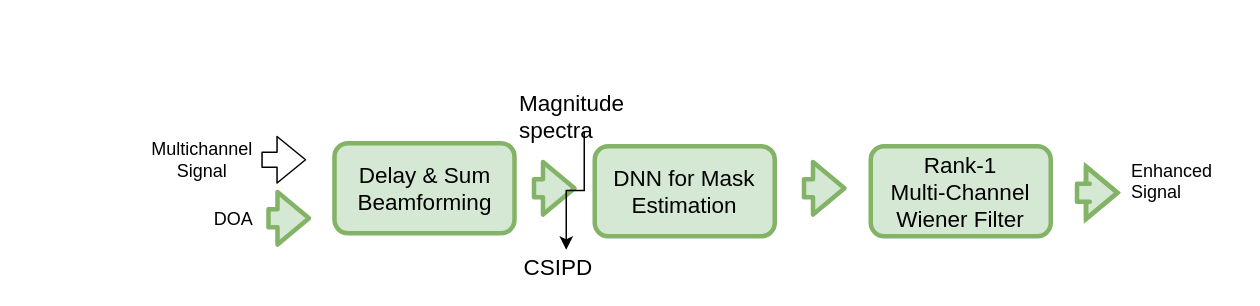
Above: page "Speech Enhancement Pipeline" (2 of 5) of draw.io/vocadom_doa_se.drawio in sunits/Random (draw.io), before the change. Source tidied: cells renumbered, new cells numbered last; positions are measured from the earlier drawing's top-left corner, leaving out a move shared by most shapes. Both pictures are drawn from the tidied source at 150%, with x=0, y=0 at pixel (261, 86).
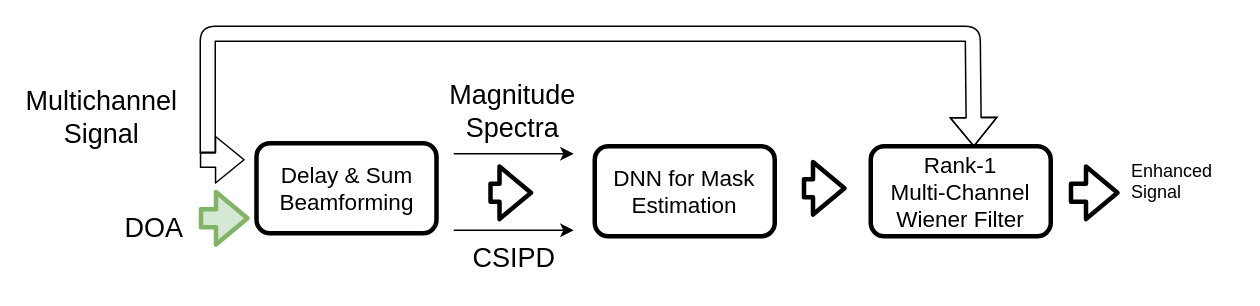
The same diagram, later.

Change to the diagram source:
```diff
@@
-    <mxCell id="2" value="&lt;div style=&quot;font-size: 15px&quot;&gt;&lt;font style=&quot;font-size: 15px&quot;&gt;Delay &amp;amp; Sum &lt;br&gt;&lt;/font&gt;&lt;/div&gt;&lt;div style=&quot;font-size: 15px&quot;&gt;&lt;font style=&quot;font-size: 15px&quot;&gt;Beamforming&lt;br&gt;&lt;/font&gt;&lt;/div&gt;" style="rounded=1;whiteSpace=wrap;html=1;comic=0;fillColor=#d5e8d4;strokeColor=#82b366;strokeWidth=3;" parent="1" vertex="1">
-      <mxGeometry x="48.5" y="38" width="120" height="60" as="geometry" />
+    <mxCell id="2" value="&lt;div style=&quot;font-size: 15px&quot;&gt;&lt;font style=&quot;font-size: 15px&quot;&gt;Delay &amp;amp; Sum &lt;br&gt;&lt;/font&gt;&lt;/div&gt;&lt;div style=&quot;font-size: 15px&quot;&gt;&lt;font style=&quot;font-size: 15px&quot;&gt;Beamforming&lt;br&gt;&lt;/font&gt;&lt;/div&gt;" style="rounded=1;whiteSpace=wrap;html=1;comic=0;strokeWidth=3;" parent="1" vertex="1">
+      <mxGeometry x="-3.5" y="38" width="120" height="60" as="geometry" />
     </mxCell>
-    <mxCell id="3" value="&lt;div style=&quot;font-size: 15px&quot;&gt;&lt;font style=&quot;font-size: 15px&quot;&gt;DNN for Mask&lt;/font&gt;&lt;/div&gt;&lt;div style=&quot;font-size: 15px&quot;&gt;&lt;font style=&quot;font-size: 15px&quot;&gt;Estimation&lt;br&gt;&lt;/font&gt;&lt;/div&gt;" style="rounded=1;whiteSpace=wrap;html=1;comic=0;fillColor=#d5e8d4;strokeColor=#82b366;strokeWidth=3;" parent="1" vertex="1">
+    <mxCell id="3" value="&lt;div style=&quot;font-size: 15px&quot;&gt;&lt;font style=&quot;font-size: 15px&quot;&gt;DNN for Mask&lt;/font&gt;&lt;/div&gt;&lt;div style=&quot;font-size: 15px&quot;&gt;&lt;font style=&quot;font-size: 15px&quot;&gt;Estimation&lt;br&gt;&lt;/font&gt;&lt;/div&gt;" style="rounded=1;whiteSpace=wrap;html=1;comic=0;strokeWidth=3;" parent="1" vertex="1">
       <mxGeometry x="222" y="40" width="120" height="60" as="geometry" />
     </mxCell>
-    <mxCell id="4" value="&lt;div style=&quot;font-size: 15px&quot;&gt;&lt;font style=&quot;font-size: 15px&quot;&gt;Rank-1&lt;/font&gt;&lt;/div&gt;&lt;div style=&quot;font-size: 15px&quot;&gt;&lt;font style=&quot;font-size: 15px&quot;&gt;Multi-Channel&lt;/font&gt;&lt;/div&gt;&lt;div style=&quot;font-size: 15px&quot;&gt;&lt;font style=&quot;font-size: 15px&quot;&gt;Wiener Filter&lt;br&gt;&lt;/font&gt;&lt;/div&gt;" style="rounded=1;whiteSpace=wrap;html=1;comic=0;fillColor=#d5e8d4;strokeColor=#82b366;strokeWidth=3;" parent="1" vertex="1">
+    <mxCell id="4" value="&lt;div style=&quot;font-size: 15px&quot;&gt;&lt;font style=&quot;font-size: 15px&quot;&gt;Rank-1&lt;/font&gt;&lt;/div&gt;&lt;div style=&quot;font-size: 15px&quot;&gt;&lt;font style=&quot;font-size: 15px&quot;&gt;Multi-Channel&lt;/font&gt;&lt;/div&gt;&lt;div style=&quot;font-size: 15px&quot;&gt;&lt;font style=&quot;font-size: 15px&quot;&gt;Wiener Filter&lt;br&gt;&lt;/font&gt;&lt;/div&gt;" style="rounded=1;whiteSpace=wrap;html=1;comic=0;strokeWidth=3;" parent="1" vertex="1">
       <mxGeometry x="406" y="40" width="120" height="60" as="geometry" />
     </mxCell>
-    <mxCell id="5" style="shape=flexArrow;endArrow=classic;html=1;fillColor=#d5e8d4;strokeColor=#82b366;strokeWidth=3;" parent="1" edge="1">
+    <mxCell id="5" style="shape=flexArrow;endArrow=classic;html=1;strokeWidth=3;" parent="1" edge="1">
       <mxGeometry relative="1" as="geometry">
-        <mxPoint x="180" y="68" as="sourcePoint" />
-        <mxPoint x="210" y="68" as="targetPoint" />
+        <mxPoint x="151" y="71" as="sourcePoint" />
+        <mxPoint x="181" y="71" as="targetPoint" />
       </mxGeometry>
     </mxCell>
-    <mxCell id="6" style="shape=flexArrow;endArrow=classic;html=1;fillColor=#d5e8d4;strokeColor=#82b366;strokeWidth=3;" parent="1" edge="1">
+    <mxCell id="6" style="shape=flexArrow;endArrow=classic;html=1;strokeWidth=3;" parent="1" edge="1">
       <mxGeometry relative="1" as="geometry">
         <mxPoint x="360" y="68" as="sourcePoint" />
         <mxPoint x="390" y="68" as="targetPoint" />
       </mxGeometry>
     </mxCell>
     <mxCell id="7" style="shape=flexArrow;endArrow=classic;html=1;fillColor=#d5e8d4;strokeColor=#82b366;strokeWidth=3;" parent="1" edge="1">
       <mxGeometry relative="1" as="geometry">
-        <mxPoint x="3" y="88" as="sourcePoint" />
-        <mxPoint x="33" y="88" as="targetPoint" />
+        <mxPoint x="-42" y="88" as="sourcePoint" />
+        <mxPoint x="-8" y="88" as="targetPoint" />
       </mxGeometry>
     </mxCell>
-    <mxCell id="8" value="DOA" style="text;html=1;align=center;verticalAlign=middle;labelBackgroundColor=#ffffff;" parent="7" vertex="1">
+    <mxCell id="8" value="&lt;font style=&quot;font-size: 18px&quot;&gt;DOA&lt;/font&gt;" style="text;html=1;align=center;verticalAlign=middle;labelBackgroundColor=#ffffff;" parent="7" vertex="1">
       <mxGeometry x="-0.27" y="-5" relative="1" as="geometry">
-        <mxPoint x="-34" y="-5" as="offset" />
+        <mxPoint x="-43" y="1" as="offset" />
       </mxGeometry>
     </mxCell>
     <mxCell id="9" style="shape=flexArrow;endArrow=classic;html=1;" parent="1" edge="1">
       <mxGeometry relative="1" as="geometry">
-        <mxPoint x="-0.3" y="49" as="sourcePoint" />
-        <mxPoint x="29.7" y="49" as="targetPoint" />
+        <mxPoint x="-41.3" y="49" as="sourcePoint" />
+        <mxPoint x="-11.3" y="49" as="targetPoint" />
       </mxGeometry>
     </mxCell>
-    <mxCell id="10" value="&lt;div&gt;Multichannel&lt;/div&gt;&lt;div&gt;Signal&lt;br&gt;&lt;/div&gt;" style="text;html=1;align=center;verticalAlign=middle;labelBackgroundColor=#ffffff;" parent="9" vertex="1">
+    <mxCell id="10" value="&lt;div style=&quot;font-size: 18px&quot;&gt;&lt;font style=&quot;font-size: 18px&quot;&gt;Multichannel&lt;/font&gt;&lt;/div&gt;&lt;div style=&quot;font-size: 18px&quot;&gt;&lt;font style=&quot;font-size: 18px&quot;&gt;Signal&lt;br&gt;&lt;/font&gt;&lt;/div&gt;" style="text;html=1;align=center;verticalAlign=middle;labelBackgroundColor=#ffffff;" parent="9" vertex="1">
       <mxGeometry x="-0.91" y="4" relative="1" as="geometry">
-        <mxPoint x="-41" y="3" as="offset" />
+        <mxPoint x="-67.5" y="-25" as="offset" />
       </mxGeometry>
     </mxCell>
-    <mxCell id="11" style="shape=flexArrow;endArrow=classic;html=1;fillColor=#d5e8d4;strokeColor=#82b366;strokeWidth=3;" parent="1" edge="1">
+    <mxCell id="11" style="shape=flexArrow;endArrow=classic;html=1;strokeWidth=3;" parent="1" edge="1">
       <mxGeometry relative="1" as="geometry">
-        <mxPoint x="542" y="71" as="sourcePoint" />
+        <mxPoint x="538" y="71" as="sourcePoint" />
         <mxPoint x="572" y="71" as="targetPoint" />
-        <Array as="points">
-          <mxPoint x="552" y="71" />
-        </Array>
       </mxGeometry>
     </mxCell>
@@
-    <mxCell id="13" style="edgeStyle=orthogonalEdgeStyle;rounded=0;jettySize=auto;html=1;" parent="1" edge="1" source="14" target="15">
-      <mxGeometry relative="1" as="geometry" />
-    </mxCell>
-    <mxCell id="14" value="&lt;div style=&quot;font-size: 15px&quot;&gt;&lt;font style=&quot;font-size: 15px&quot;&gt;Magnitude&lt;/font&gt;&lt;/div&gt;&lt;div style=&quot;font-size: 15px&quot;&gt;&lt;font style=&quot;font-size: 15px&quot;&gt;spectra&lt;br&gt;&lt;/font&gt;&lt;/div&gt;" style="text;html=1;points=[];align=left;verticalAlign=top;spacingTop=-4;" parent="1" vertex="1">
-      <mxGeometry x="170" width="90" height="30" as="geometry" />
-    </mxCell>
+    <mxCell id="16" style="endArrow=classic;html=1;" parent="1" edge="1">
+      <mxGeometry relative="1" as="geometry">
+        <mxPoint x="128" y="45" as="sourcePoint" />
+        <mxPoint x="208" y="45" as="targetPoint" />
+      </mxGeometry>
+    </mxCell>
+    <mxCell id="17" value="&lt;div style=&quot;font-size: 18px&quot;&gt;&lt;font style=&quot;font-size: 18px&quot;&gt;Magnitude&lt;/font&gt;&lt;/div&gt;&lt;div style=&quot;font-size: 18px&quot;&gt;&lt;font style=&quot;font-size: 18px&quot;&gt;Spectra&lt;br&gt;&lt;/font&gt;&lt;/div&gt;" style="text;html=1;align=center;verticalAlign=middle;labelBackgroundColor=#ffffff;" parent="16" vertex="1">
+      <mxGeometry x="-0.34" y="2" relative="1" as="geometry">
+        <mxPoint x="12" y="-27" as="offset" />
+      </mxGeometry>
+    </mxCell>
+    <mxCell id="18" style="endArrow=classic;html=1;" parent="1" edge="1">
+      <mxGeometry relative="1" as="geometry">
+        <mxPoint x="128" y="96" as="sourcePoint" />
+        <mxPoint x="208" y="96" as="targetPoint" />
+      </mxGeometry>
+    </mxCell>
-    <mxCell id="15" value="&lt;font style=&quot;font-size: 15px&quot;&gt;CSIPD&lt;/font&gt;" style="text;html=1;points=[];align=left;verticalAlign=top;spacingTop=-4;" parent="1" vertex="1">
-      <mxGeometry x="173" y="109" width="60" height="20" as="geometry" />
+    <mxCell id="15" value="&lt;div style=&quot;font-size: 18px&quot;&gt;&lt;font style=&quot;font-size: 18px&quot;&gt;CSIPD&lt;/font&gt;&lt;/div&gt;" style="text;html=1;points=[];align=left;verticalAlign=top;spacingTop=-4;" parent="1" vertex="1">
+      <mxGeometry x="139" y="102" width="70" height="20" as="geometry" />
     </mxCell>
+    <mxCell id="19" style="shape=flexArrow;endArrow=classic;html=1;entryX=0.573;entryY=0.007;entryDx=0;entryDy=0;entryPerimeter=0;" parent="1" edge="1" target="4">
+      <mxGeometry relative="1" as="geometry">
+        <mxPoint x="-36" y="45" as="sourcePoint" />
+        <Array as="points">
+          <mxPoint x="-36" y="-35" />
+          <mxPoint x="474" y="-35" />
+        </Array>
+      </mxGeometry>
+    </mxCell>
```
